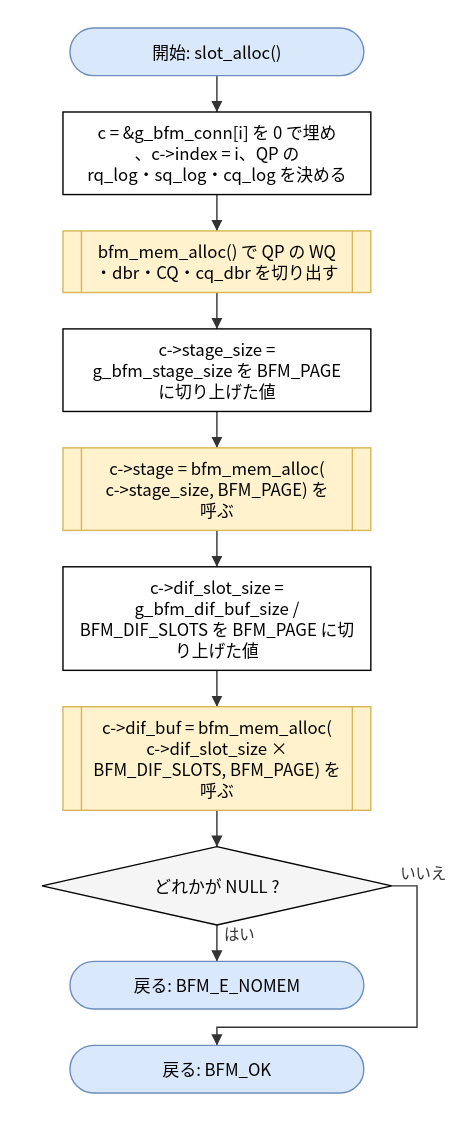
Before: doc/spec/images/flow_src_bfm_cm-slot_alloc.drawio.svg, a diagram exported from draw.io (hf355051012-ai/bfmem). Source tidied: cells renumbered, new cells last; positions are measured from the earlier drawing's top-left corner, leaving out a move shared by most shapes.
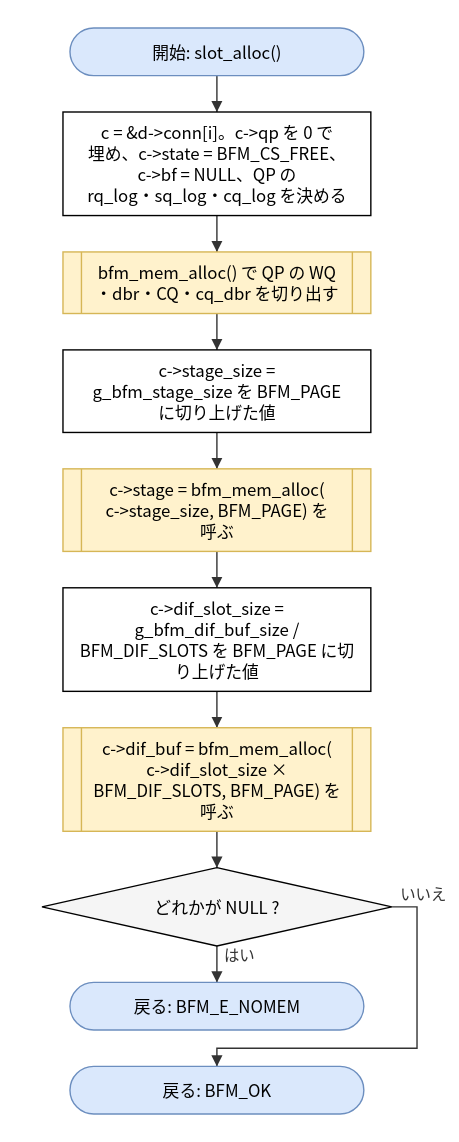
After the commit.

What changed in the source:
```diff
@@ -3,10 +3,10 @@
     <mxCell id="0" />
     <mxCell id="1" parent="0" />
     <mxCell id="2" value="開始: slot_alloc()" style="rounded=1;arcSize=50;whiteSpace=wrap;html=1;fillColor=#dae8fc;strokeColor=#6c8ebf;" parent="1" vertex="1">
-      <mxGeometry x="20" width="210" height="34" as="geometry" />
+      <mxGeometry x="20" y="-15" width="210" height="34" as="geometry" />
     </mxCell>
-    <mxCell id="3" value="c = &amp;amp;g_bfm_conn[i] を 0 で埋め&lt;br&gt;、c-&amp;gt;index = i、QP の&lt;br&gt;rq_log・sq_log・cq_log を決める" style="rounded=0;whiteSpace=wrap;html=1;" parent="1" vertex="1">
-      <mxGeometry x="15" y="60" width="220" height="59" as="geometry" />
+    <mxCell id="3" value="c = &amp;amp;d-&amp;gt;conn[i]。c-&amp;gt;qp を 0 で&lt;br&gt;埋め、c-&amp;gt;state = BFM_CS_FREE、&lt;br&gt;c-&amp;gt;bf = NULL、QP の&lt;br&gt;rq_log・sq_log・cq_log を決める" style="rounded=0;whiteSpace=wrap;html=1;" parent="1" vertex="1">
+      <mxGeometry x="15" y="45" width="220" height="74" as="geometry" />
     </mxCell>
     <mxCell id="4" value="bfm_mem_alloc() で QP の WQ&lt;br&gt;・dbr・CQ・cq_dbr を切り出す" style="shape=process;whiteSpace=wrap;html=1;backgroundOutline=1;size=0.06;fillColor=#fff2cc;strokeColor=#d6b656;" parent="1" vertex="1">
       <mxGeometry x="15" y="145" width="220" height="44" as="geometry" />
```
